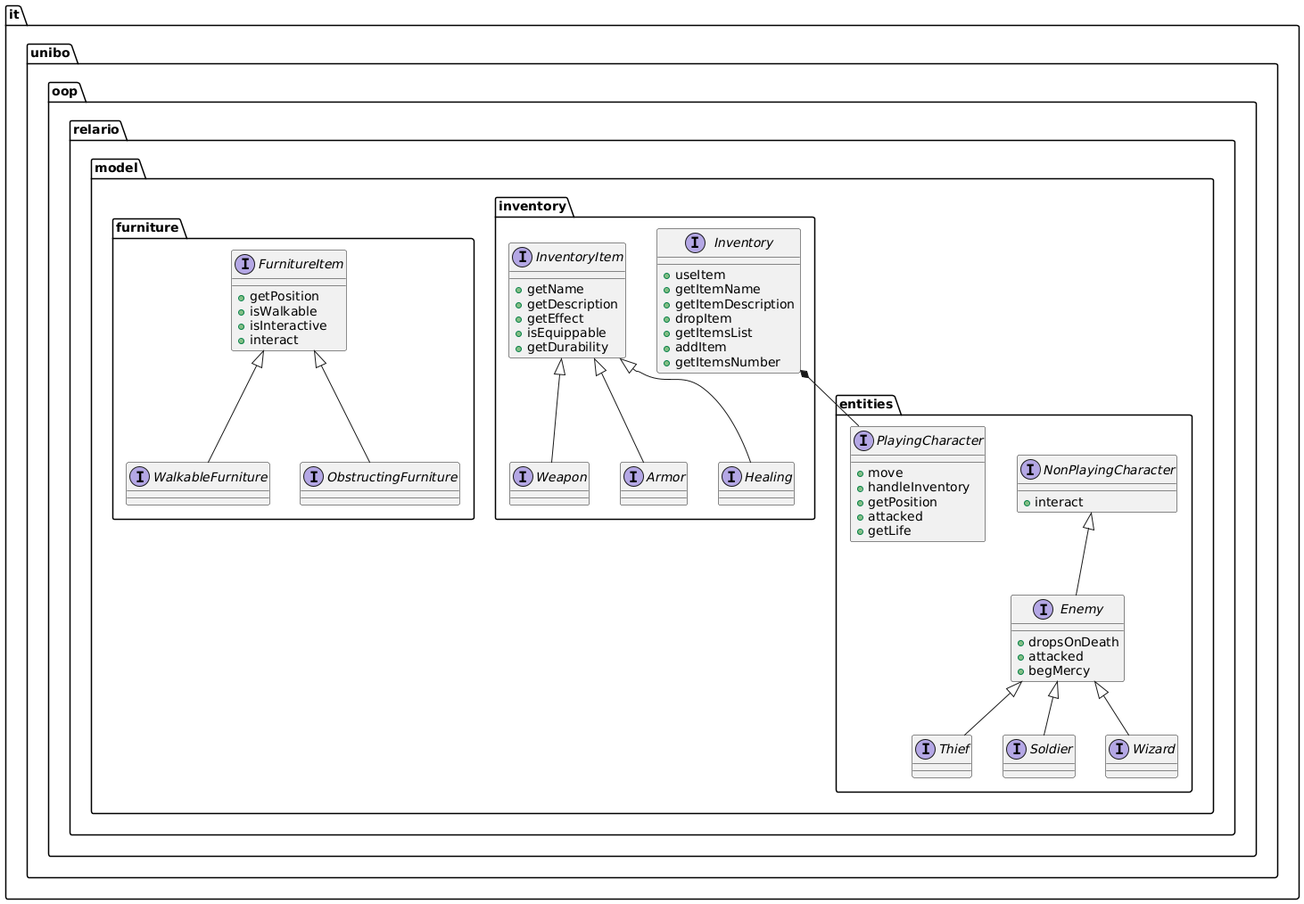
Before: relazione/img/fullModel.png, a diagram exported from PlantUML (KimboCoffee/OOP23-relario-prove).
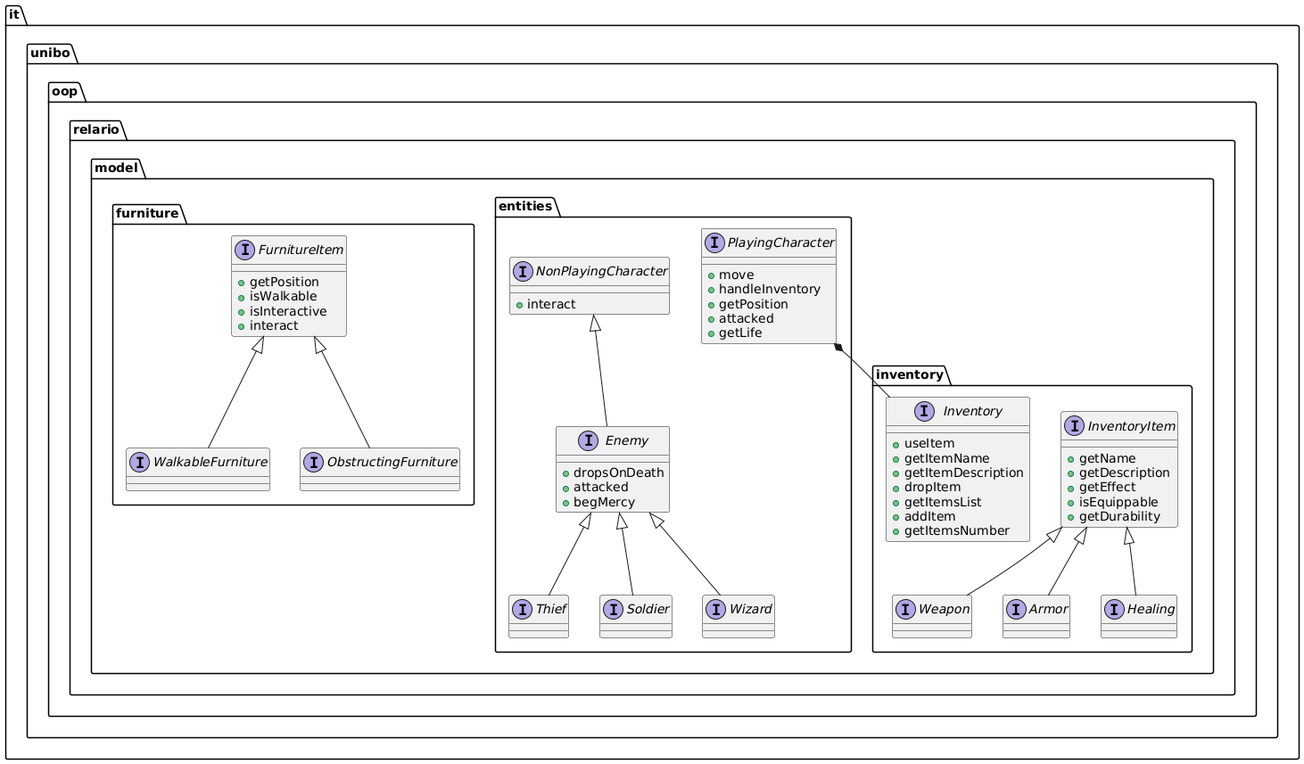
The same file after the commit.

Commit message:
Modified image for UML model scheme

The edit, as a diff of the source:
```diff
@@ -49,7 +49,7 @@
                 + {method} getLife
             }
 
-            Inventory *-- PlayingCharacter
+            PlayingCharacter *-- Inventory
 
             interface NonPlayingCharacter {
                 + {method} interact
```
